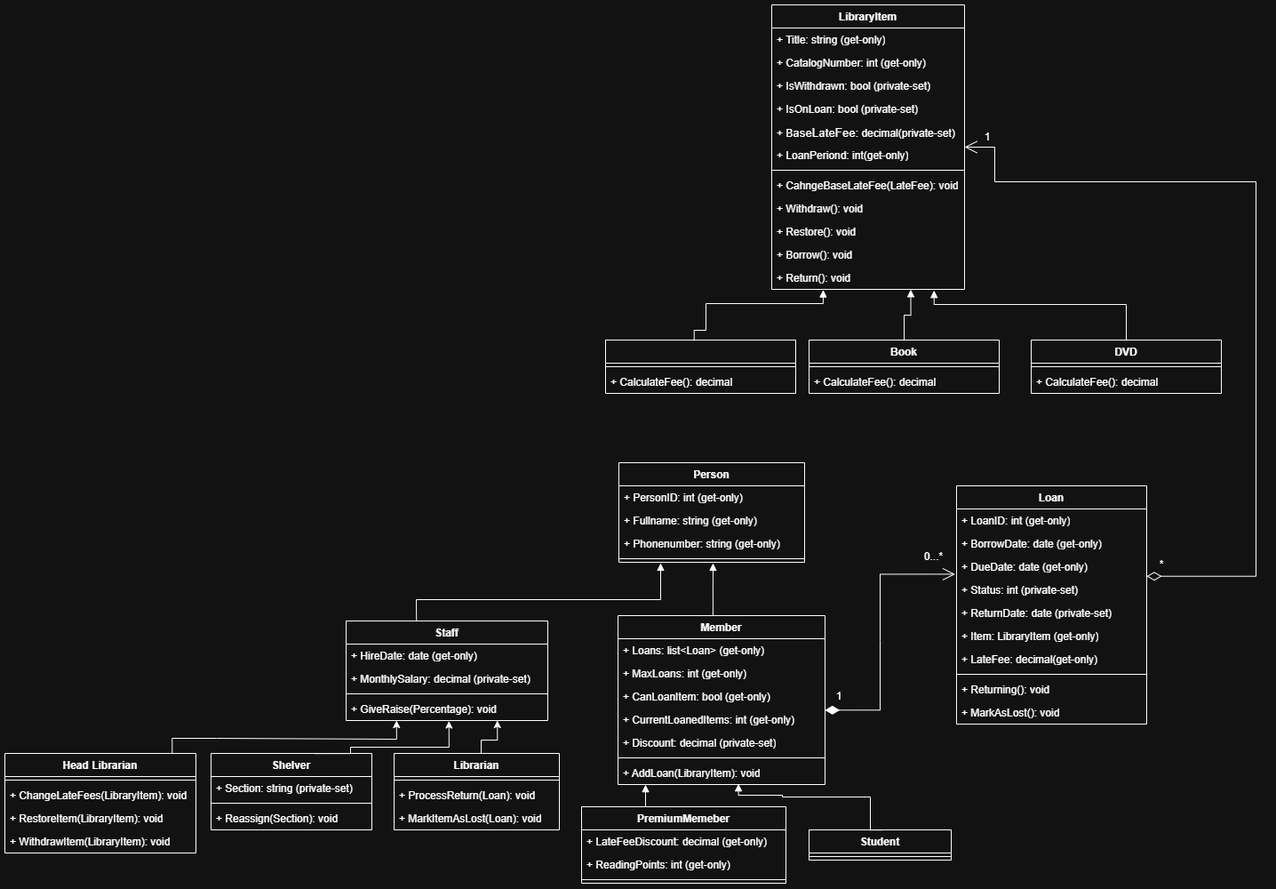
Above: Inheritance/ClassDiagram.png in MahmoudOsama777/MahmoudOsama777-OOP-Assignment-2 (draw.io), before the change. Source tidied: cells renumbered, new cells last; positions are measured from the earlier drawing's top-left corner, leaving out a move shared by most shapes.
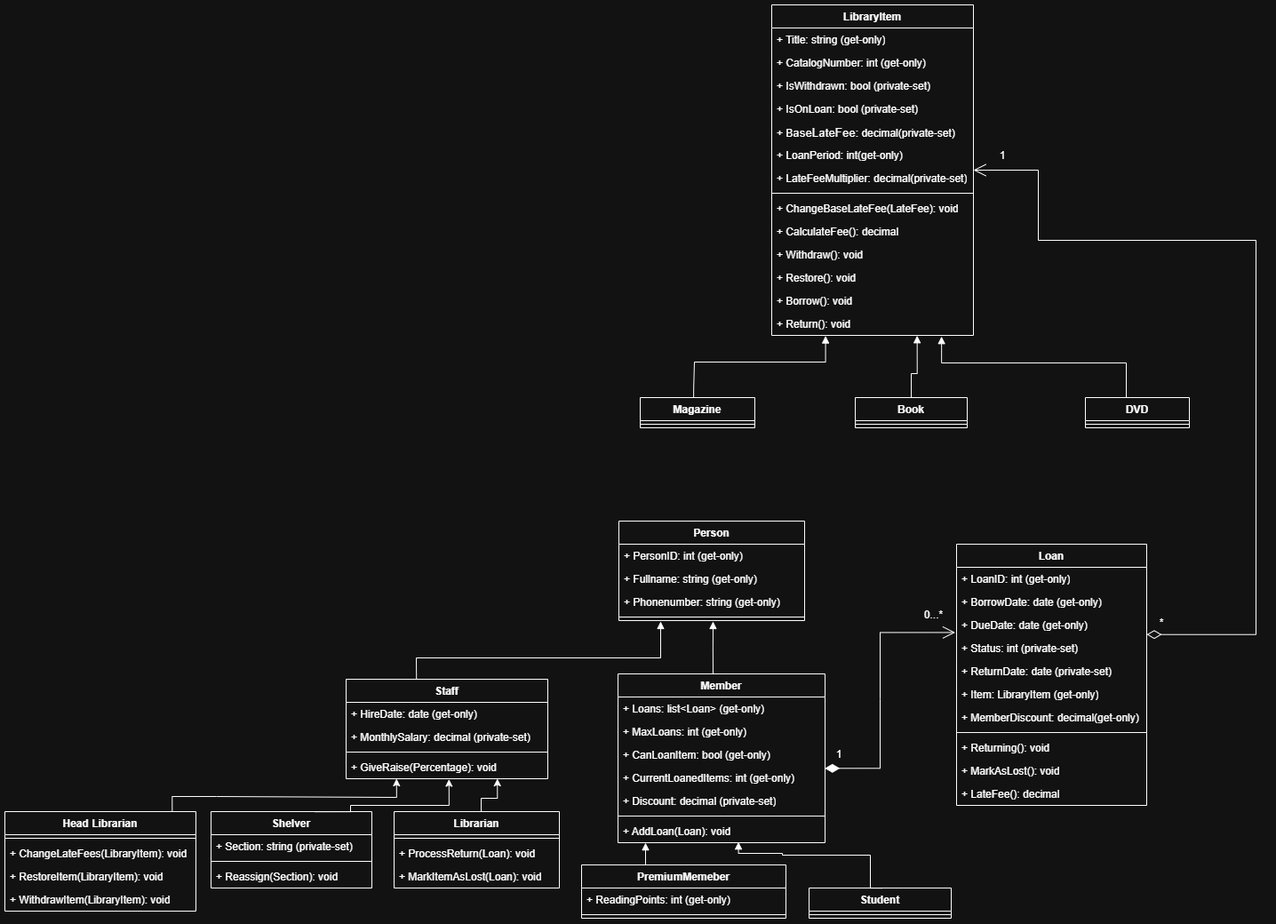
Later version of the same file.

The edit, as a diff of the source:
```diff
@@ -41,7 +41,7 @@
     <mxCell id="14" style="line;strokeWidth=1;fillColor=none;align=left;verticalAlign=middle;spacingTop=-1;spacingLeft=3;spacingRight=3;labelPosition=right;strokeColor=inherit;" parent="8" vertex="1">
       <mxGeometry y="156" width="233" height="8" as="geometry" />
     </mxCell>
-    <mxCell id="15" value="+ AddLoan(LibraryItem): void" style="text;strokeColor=none;fillColor=none;align=left;verticalAlign=top;spacingLeft=4;spacingRight=4;overflow=hidden;points=[[0,0.5],[1,0.5]];portConstraint=eastwest;whiteSpace=wrap;html=1;" parent="8" vertex="1">
+    <mxCell id="15" value="+ AddLoan(Loan): void" style="text;strokeColor=none;fillColor=none;align=left;verticalAlign=top;spacingLeft=4;spacingRight=4;overflow=hidden;points=[[0,0.5],[1,0.5]];portConstraint=eastwest;whiteSpace=wrap;html=1;" parent="8" vertex="1">
       <mxGeometry y="164" width="233" height="26" as="geometry" />
     </mxCell>
     <mxCell id="16" value="Staff" style="swimlane;fontStyle=1;align=center;verticalAlign=top;horizontal=1;startSize=26;whiteSpace=wrap;html=1;" parent="1" vertex="1">
@@ -86,16 +86,13 @@
       <mxGeometry y="26" width="160" height="8" as="geometry" />
     </mxCell>
     <mxCell id="25" value="PremiumMemeber" style="swimlane;fontStyle=1;align=center;verticalAlign=top;horizontal=1;startSize=26;whiteSpace=wrap;html=1;" parent="1" vertex="1">
-      <mxGeometry x="649" y="902" width="230" height="86" as="geometry" />
+      <mxGeometry x="649" y="902" width="230" height="60" as="geometry" />
     </mxCell>
-    <mxCell id="26" value="+ LateFeeDiscount: decimal (get-only)" style="text;strokeColor=none;fillColor=none;align=left;verticalAlign=top;spacingLeft=4;spacingRight=4;overflow=hidden;whiteSpace=wrap;html=1;" parent="25" vertex="1">
-      <mxGeometry y="26" width="230" height="26" as="geometry" />
-    </mxCell>
     <mxCell id="27" value="+ ReadingPoints: int (get-only)" style="text;strokeColor=none;fillColor=none;align=left;verticalAlign=top;spacingLeft=4;spacingRight=4;overflow=hidden;whiteSpace=wrap;html=1;" parent="25" vertex="1">
-      <mxGeometry y="52" width="230" height="26" as="geometry" />
+      <mxGeometry y="26" width="230" height="26" as="geometry" />
     </mxCell>
     <mxCell id="28" style="line;strokeWidth=1;fillColor=none;align=left;verticalAlign=middle;spacingTop=-1;spacingLeft=3;spacingRight=3;labelPosition=right;strokeColor=inherit;" parent="25" vertex="1">
-      <mxGeometry y="78" width="230" height="8" as="geometry" />
+      <mxGeometry y="52" width="230" height="8" as="geometry" />
     </mxCell>
     <mxCell id="29" style="endArrow=block;endFill=1;html=1;edgeStyle=orthogonalEdgeStyle;align=left;verticalAlign=top;rounded=0;entryX=0.582;entryY=0.969;entryDx=0;entryDy=0;entryPerimeter=0;exitX=0.515;exitY=0.005;exitDx=0;exitDy=0;exitPerimeter=0;" parent="1" edge="1" source="23" target="15">
       <mxGeometry x="-1" relative="1" as="geometry">
@@ -119,14 +116,11 @@
       </mxGeometry>
     </mxCell>
     <mxCell id="31" value="Book" style="swimlane;fontStyle=1;align=center;verticalAlign=top;horizontal=1;startSize=26;whiteSpace=wrap;html=1;" parent="1" vertex="1">
-      <mxGeometry x="905" y="377" width="214" height="60" as="geometry" />
+      <mxGeometry x="957" y="376" width="126" height="34" as="geometry" />
     </mxCell>
     <mxCell id="32" style="line;strokeWidth=1;fillColor=none;align=left;verticalAlign=middle;spacingTop=-1;spacingLeft=3;spacingRight=3;labelPosition=right;strokeColor=inherit;" parent="31" vertex="1">
-      <mxGeometry y="26" width="214" height="8" as="geometry" />
+      <mxGeometry y="26" width="126" height="8" as="geometry" />
     </mxCell>
-    <mxCell id="33" value="+ CalculateFee(): decimal" style="text;strokeColor=none;fillColor=none;align=left;verticalAlign=top;spacingLeft=4;spacingRight=4;overflow=hidden;whiteSpace=wrap;html=1;" parent="31" vertex="1">
-      <mxGeometry y="34" width="214" height="26" as="geometry" />
-    </mxCell>
     <mxCell id="34" value=" " style="endArrow=open;html=1;endSize=12;startArrow=diamondThin;startSize=14;startFill=1;edgeStyle=orthogonalEdgeStyle;align=left;verticalAlign=bottom;rounded=0;exitX=0.999;exitY=0.089;exitDx=0;exitDy=0;exitPerimeter=0;entryX=-0.007;entryY=0.823;entryDx=0;entryDy=0;entryPerimeter=0;" parent="1" edge="1" source="12" target="76">
       <mxGeometry x="0.31" y="-15" relative="1" as="geometry">
         <Array as="points">
@@ -201,83 +195,83 @@
       </mxGeometry>
     </mxCell>
     <mxCell id="51" value="LibraryItem" style="swimlane;fontStyle=1;align=center;verticalAlign=top;horizontal=1;startSize=26;whiteSpace=wrap;html=1;" parent="1" vertex="1">
-      <mxGeometry x="863" width="217" height="320" as="geometry" />
+      <mxGeometry x="863" y="-66" width="227" height="372" as="geometry" />
     </mxCell>
     <mxCell id="52" value="+ Title: string (get-only)" style="text;strokeColor=none;fillColor=none;align=left;verticalAlign=top;spacingLeft=4;spacingRight=4;overflow=hidden;whiteSpace=wrap;html=1;" parent="51" vertex="1">
-      <mxGeometry y="26" width="217" height="26" as="geometry" />
+      <mxGeometry y="26" width="227" height="26" as="geometry" />
     </mxCell>
     <mxCell id="53" value="+ CatalogNumber: int (get-only)" style="text;strokeColor=none;fillColor=none;align=left;verticalAlign=top;spacingLeft=4;spacingRight=4;overflow=hidden;whiteSpace=wrap;html=1;" parent="51" vertex="1">
-      <mxGeometry y="52" width="217" height="26" as="geometry" />
+      <mxGeometry y="52" width="227" height="26" as="geometry" />
     </mxCell>
     <mxCell id="54" value="+ IsWithdrawn: bool (private-set)" style="text;strokeColor=none;fillColor=none;align=left;verticalAlign=top;spacingLeft=4;spacingRight=4;overflow=hidden;whiteSpace=wrap;html=1;" parent="51" vertex="1">
-      <mxGeometry y="78" width="217" height="26" as="geometry" />
+      <mxGeometry y="78" width="227" height="26" as="geometry" />
     </mxCell>
     <mxCell id="55" value="+ IsOnLoan: bool (private-set)" style="text;strokeColor=none;fillColor=none;align=left;verticalAlign=top;spacingLeft=4;spacingRight=4;overflow=hidden;whiteSpace=wrap;html=1;" parent="51" vertex="1">
-      <mxGeometry y="104" width="217" height="26" as="geometry" />
+      <mxGeometry y="104" width="227" height="26" as="geometry" />
     </mxCell>
     <mxCell id="56" value="+ B&lt;span style=&quot;font-size:10.0pt;line-height:115%;&amp;lt;br/&amp;gt;font-family:&amp;quot;Calibri&amp;quot;,sans-serif;mso-fareast-font-family:Aptos;mso-fareast-theme-font:&amp;lt;br/&amp;gt;minor-latin;mso-ansi-language:EN-US;mso-fareast-language:EN-US;mso-bidi-language:&amp;lt;br/&amp;gt;AR-SA&quot;&gt;aseLateFee&lt;/span&gt;: decimal(private-set)" style="text;strokeColor=none;fillColor=none;align=left;verticalAlign=top;spacingLeft=4;spacingRight=4;overflow=hidden;whiteSpace=wrap;html=1;" parent="51" vertex="1">
-      <mxGeometry y="130" width="217" height="26" as="geometry" />
+      <mxGeometry y="130" width="227" height="26" as="geometry" />
     </mxCell>
+    <mxCell id="88" value="+ LoanPeriod: int(get-only)" style="text;strokeColor=none;fillColor=none;align=left;verticalAlign=top;spacingLeft=4;spacingRight=4;overflow=hidden;whiteSpace=wrap;html=1;" parent="51" vertex="1">
+      <mxGeometry y="156" width="227" height="26" as="geometry" />
+    </mxCell>
-    <mxCell id="57" value="+ LoanPeriond: int(get-only)" style="text;strokeColor=none;fillColor=none;align=left;verticalAlign=top;spacingLeft=4;spacingRight=4;overflow=hidden;points=[[0,0.5],[1,0.5]];portConstraint=eastwest;whiteSpace=wrap;html=1;" parent="51" vertex="1">
-      <mxGeometry y="156" width="217" height="26" as="geometry" />
+    <mxCell id="57" value="+ LateFeeMultiplier: decimal(private-set)" style="text;strokeColor=none;fillColor=none;align=left;verticalAlign=top;spacingLeft=4;spacingRight=4;overflow=hidden;points=[[0,0.5],[1,0.5]];portConstraint=eastwest;whiteSpace=wrap;html=1;" parent="51" vertex="1">
+      <mxGeometry y="182" width="227" height="26" as="geometry" />
     </mxCell>
     <mxCell id="58" style="line;strokeWidth=1;fillColor=none;align=left;verticalAlign=middle;spacingTop=-1;spacingLeft=3;spacingRight=3;labelPosition=right;strokeColor=inherit;" parent="51" vertex="1">
-      <mxGeometry y="182" width="217" height="8" as="geometry" />
+      <mxGeometry y="208" width="227" height="8" as="geometry" />
     </mxCell>
-    <mxCell id="59" value="+ CahngeBaseLateFee(LateFee): void" style="text;strokeColor=none;fillColor=none;align=left;verticalAlign=top;spacingLeft=4;spacingRight=4;overflow=hidden;whiteSpace=wrap;html=1;" parent="51" vertex="1">
-      <mxGeometry y="190" width="217" height="26" as="geometry" />
+    <mxCell id="59" value="+ ChangeBaseLateFee(LateFee): void" style="text;strokeColor=none;fillColor=none;align=left;verticalAlign=top;spacingLeft=4;spacingRight=4;overflow=hidden;whiteSpace=wrap;html=1;" parent="51" vertex="1">
+      <mxGeometry y="216" width="227" height="26" as="geometry" />
     </mxCell>
+    <mxCell id="89" value="+ CalculateFee(): decimal" style="text;strokeColor=none;fillColor=none;align=left;verticalAlign=top;spacingLeft=4;spacingRight=4;overflow=hidden;whiteSpace=wrap;html=1;" parent="51" vertex="1">
+      <mxGeometry y="242" width="227" height="26" as="geometry" />
+    </mxCell>
     <mxCell id="60" value="+ Withdraw(): void" style="text;strokeColor=none;fillColor=none;align=left;verticalAlign=top;spacingLeft=4;spacingRight=4;overflow=hidden;whiteSpace=wrap;html=1;" parent="51" vertex="1">
-      <mxGeometry y="216" width="217" height="26" as="geometry" />
+      <mxGeometry y="268" width="227" height="26" as="geometry" />
     </mxCell>
     <mxCell id="61" value="+ Restore(): void" style="text;strokeColor=none;fillColor=none;align=left;verticalAlign=top;spacingLeft=4;spacingRight=4;overflow=hidden;whiteSpace=wrap;html=1;" parent="51" vertex="1">
-      <mxGeometry y="242" width="217" height="26" as="geometry" />
+      <mxGeometry y="294" width="227" height="26" as="geometry" />
     </mxCell>
     <mxCell id="62" value="+ Borrow(): void" style="text;strokeColor=none;fillColor=none;align=left;verticalAlign=top;spacingLeft=4;spacingRight=4;overflow=hidden;whiteSpace=wrap;html=1;" parent="51" vertex="1">
-      <mxGeometry y="268" width="217" height="26" as="geometry" />
+      <mxGeometry y="320" width="227" height="26" as="geometry" />
     </mxCell>
     <mxCell id="63" value="+ Return(): void" style="text;strokeColor=none;fillColor=none;align=left;verticalAlign=top;spacingLeft=4;spacingRight=4;overflow=hidden;points=[[0,0.5],[1,0.5]];portConstraint=eastwest;whiteSpace=wrap;html=1;" parent="51" vertex="1">
-      <mxGeometry y="294" width="217" height="26" as="geometry" />
+      <mxGeometry y="346" width="227" height="26" as="geometry" />
     </mxCell>
     <mxCell id="64" style="endArrow=block;endFill=1;html=1;edgeStyle=orthogonalEdgeStyle;align=left;verticalAlign=top;rounded=0;exitX=0.5;exitY=0;exitDx=0;exitDy=0;entryX=0.721;entryY=1.011;entryDx=0;entryDy=0;entryPerimeter=0;" parent="1" edge="1" source="31" target="63">
       <mxGeometry x="-1" relative="1" as="geometry">
         <Array as="points">
-          <mxPoint x="1012" y="349" />
           <mxPoint x="1020" y="349" />
+          <mxPoint x="1027" y="349" />
         </Array>
       </mxGeometry>
     </mxCell>
     <mxCell id="65" value="1" style="text;html=1;whiteSpace=wrap;strokeColor=none;fillColor=none;align=center;verticalAlign=middle;rounded=0;" parent="1" vertex="1">
       <mxGeometry x="936" y="770" width="6" height="15" as="geometry" />
     </mxCell>
-    <mxCell id="66" value=" " style="swimlane;fontStyle=1;align=center;verticalAlign=top;horizontal=1;startSize=26;whiteSpace=wrap;html=1;" parent="1" vertex="1">
-      <mxGeometry x="676" y="377" width="214" height="60" as="geometry" />
+    <mxCell id="66" value="Magazine" style="swimlane;fontStyle=1;align=center;verticalAlign=top;horizontal=1;startSize=26;whiteSpace=wrap;html=1;" parent="1" vertex="1">
+      <mxGeometry x="715" y="376" width="129" height="34" as="geometry" />
     </mxCell>
     <mxCell id="67" style="line;strokeWidth=1;fillColor=none;align=left;verticalAlign=middle;spacingTop=-1;spacingLeft=3;spacingRight=3;labelPosition=right;strokeColor=inherit;" parent="66" vertex="1">
-      <mxGeometry y="26" width="214" height="8" as="geometry" />
+      <mxGeometry y="26" width="129" height="8" as="geometry" />
     </mxCell>
-    <mxCell id="68" value="+ CalculateFee(): decimal" style="text;strokeColor=none;fillColor=none;align=left;verticalAlign=top;spacingLeft=4;spacingRight=4;overflow=hidden;whiteSpace=wrap;html=1;" parent="66" vertex="1">
-      <mxGeometry y="34" width="214" height="26" as="geometry" />
-    </mxCell>
     <mxCell id="69" value="DVD" style="swimlane;fontStyle=1;align=center;verticalAlign=top;horizontal=1;startSize=26;whiteSpace=wrap;html=1;" parent="1" vertex="1">
-      <mxGeometry x="1155" y="377" width="214" height="60" as="geometry" />
+      <mxGeometry x="1216" y="376" width="117" height="34" as="geometry" />
     </mxCell>
     <mxCell id="70" style="line;strokeWidth=1;fillColor=none;align=left;verticalAlign=middle;spacingTop=-1;spacingLeft=3;spacingRight=3;labelPosition=right;strokeColor=inherit;" parent="69" vertex="1">
-      <mxGeometry y="26" width="214" height="8" as="geometry" />
+      <mxGeometry y="26" width="117" height="8" as="geometry" />
     </mxCell>
-    <mxCell id="71" value="+ CalculateFee(): decimal" style="text;strokeColor=none;fillColor=none;align=left;verticalAlign=top;spacingLeft=4;spacingRight=4;overflow=hidden;whiteSpace=wrap;html=1;" parent="69" vertex="1">
-      <mxGeometry y="34" width="214" height="26" as="geometry" />
-    </mxCell>
     <mxCell id="72" style="endArrow=block;endFill=1;html=1;edgeStyle=orthogonalEdgeStyle;align=left;verticalAlign=top;rounded=0;exitX=0.5;exitY=0;exitDx=0;exitDy=0;entryX=0.842;entryY=1.047;entryDx=0;entryDy=0;entryPerimeter=0;" parent="1" edge="1" source="69" target="63">
       <mxGeometry x="-1" relative="1" as="geometry">
         <Array as="points">
           <mxPoint x="1262" y="337" />
-          <mxPoint x="1046" y="337" />
+          <mxPoint x="1054" y="337" />
         </Array>
       </mxGeometry>
     </mxCell>
     <mxCell id="73" value="Loan" style="swimlane;fontStyle=1;align=center;verticalAlign=top;horizontal=1;startSize=26;whiteSpace=wrap;html=1;" parent="1" vertex="1">
-      <mxGeometry x="1071" y="541" width="214" height="268" as="geometry" />
+      <mxGeometry x="1071" y="541" width="214" height="294" as="geometry" />
     </mxCell>
     <mxCell id="74" value="+ LoanID: int (get-only)" style="text;strokeColor=none;fillColor=none;align=left;verticalAlign=top;spacingLeft=4;spacingRight=4;overflow=hidden;whiteSpace=wrap;html=1;" parent="73" vertex="1">
       <mxGeometry y="26" width="214" height="26" as="geometry" />
@@ -297,7 +291,7 @@
     <mxCell id="79" value="+ Item: LibraryItem (get-only)" style="text;strokeColor=none;fillColor=none;align=left;verticalAlign=top;spacingLeft=4;spacingRight=4;overflow=hidden;whiteSpace=wrap;html=1;" parent="73" vertex="1">
       <mxGeometry y="156" width="214" height="26" as="geometry" />
     </mxCell>
-    <mxCell id="80" value="+ LateFee: decimal(get-only)" style="text;strokeColor=none;fillColor=none;align=left;verticalAlign=top;spacingLeft=4;spacingRight=4;overflow=hidden;whiteSpace=wrap;html=1;" parent="73" vertex="1">
+    <mxCell id="80" value="+ MemberDiscount: decimal(get-only)" style="text;strokeColor=none;fillColor=none;align=left;verticalAlign=top;spacingLeft=4;spacingRight=4;overflow=hidden;whiteSpace=wrap;html=1;" parent="73" vertex="1">
       <mxGeometry y="182" width="214" height="26" as="geometry" />
     </mxCell>
     <mxCell id="81" style="line;strokeWidth=1;fillColor=none;align=left;verticalAlign=middle;spacingTop=-1;spacingLeft=3;spacingRight=3;labelPosition=right;strokeColor=inherit;" parent="73" vertex="1">
@@ -309,18 +303,21 @@
     <mxCell id="83" value="+ MarkAsLost(): void" style="text;strokeColor=none;fillColor=none;align=left;verticalAlign=top;spacingLeft=4;spacingRight=4;overflow=hidden;whiteSpace=wrap;html=1;" parent="73" vertex="1">
       <mxGeometry y="242" width="214" height="26" as="geometry" />
     </mxCell>
+    <mxCell id="90" value="+ LateFee(): decimal" style="text;strokeColor=none;fillColor=none;align=left;verticalAlign=top;spacingLeft=4;spacingRight=4;overflow=hidden;whiteSpace=wrap;html=1;" parent="73" vertex="1">
+      <mxGeometry y="268" width="214" height="26" as="geometry" />
+    </mxCell>
     <mxCell id="84" value="&lt;div style=&quot;text-align: center;&quot;&gt;&lt;br&gt;&lt;/div&gt;" style="endArrow=open;html=1;endSize=12;startArrow=diamondThin;startSize=14;startFill=0;edgeStyle=orthogonalEdgeStyle;align=left;verticalAlign=bottom;rounded=0;exitX=1;exitY=-0.088;exitDx=0;exitDy=0;exitPerimeter=0;entryX=1;entryY=0.154;entryDx=0;entryDy=0;entryPerimeter=0;" parent="1" edge="1" source="77" target="57">
       <mxGeometry x="-0.97" y="16" relative="1" as="geometry">
         <Array as="points">
           <mxPoint x="1408" y="643" />
           <mxPoint x="1408" y="199" />
-          <mxPoint x="1114" y="199" />
-          <mxPoint x="1114" y="160" />
+          <mxPoint x="1163" y="199" />
+          <mxPoint x="1163" y="120" />
         </Array>
       </mxGeometry>
     </mxCell>
     <mxCell id="85" value="1" style="text;html=1;whiteSpace=wrap;strokeColor=none;fillColor=none;align=center;verticalAlign=middle;rounded=0;" parent="1" vertex="1">
-      <mxGeometry x="1100" y="143" width="12" height="11" as="geometry" />
+      <mxGeometry x="1117" y="99" width="12" height="11" as="geometry" />
     </mxCell>
     <mxCell id="86" value="*" style="text;html=1;whiteSpace=wrap;strokeColor=none;fillColor=none;align=center;verticalAlign=middle;rounded=0;" parent="1" vertex="1">
       <mxGeometry x="1272" y="615" width="60" height="30" as="geometry" />
@@ -329,9 +326,9 @@
       <mxGeometry x="-1" relative="1" as="geometry">
         <Array as="points">
           <mxPoint x="776" y="366" />
-          <mxPoint x="789" y="366" />
-          <mxPoint x="789" y="336" />
-          <mxPoint x="921" y="336" />
+          <mxPoint x="776" y="336" />
+          <mxPoint x="924" y="336" />
+          <mxPoint x="924" y="325" />
         </Array>
       </mxGeometry>
     </mxCell>
```
